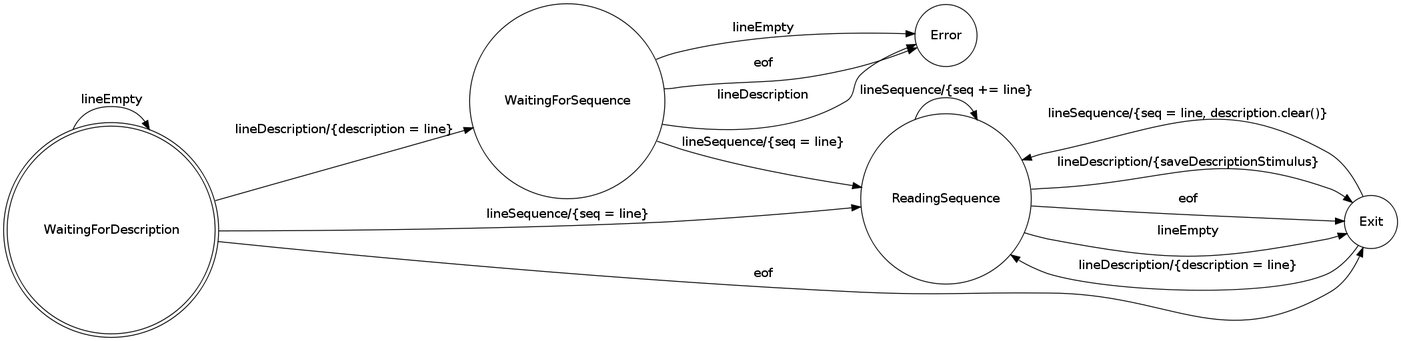
Above: doc/FSM.png in fmunoz92/biopp-filer (Graphviz), before the change. Its source is kept beside it as doc/fsm.gv.
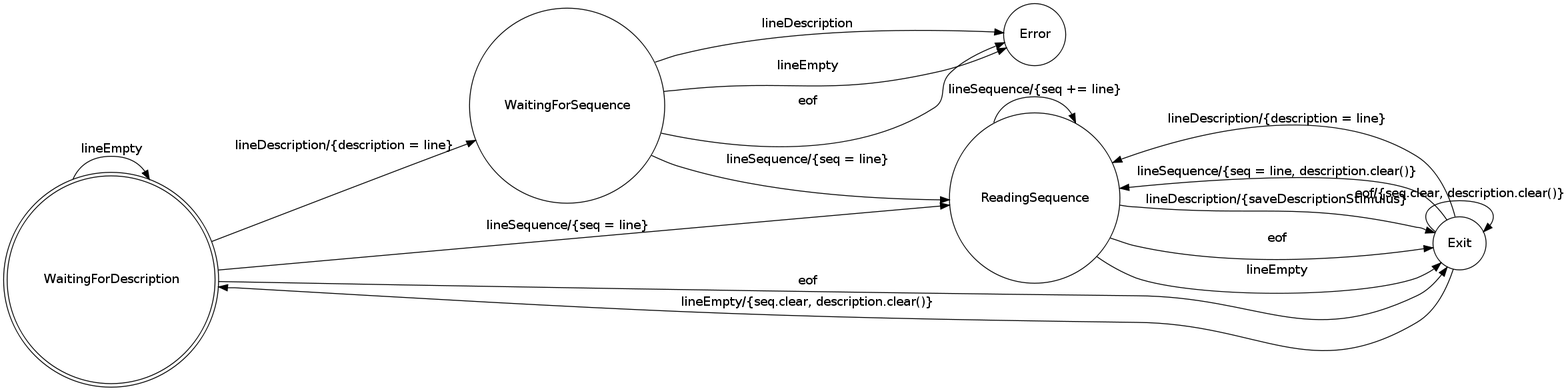
Later version of the same file.

The edit, as a diff of the source:
```diff
@@ -4,21 +4,23 @@
     node [shape = doublecircle]; WaitingForDescription;
     node [shape = circle];
 
-    WaitingForDescription -> WaitingForDescription [ label = "lineEmpty" ];
-    WaitingForDescription -> WaitingForSequence [ label = "lineDescription/{description = line}" ];
-    WaitingForDescription -> ReadingSequence    [ label = "lineSequence/{seq = line}" ];
-    WaitingForDescription -> Exit    [ label = "eof" ];
+    WaitingForDescription -> WaitingForDescription [ label = "lineEmpty"                                      ];
+    WaitingForDescription -> WaitingForSequence    [ label = "lineDescription/{description = line}"           ];
+    WaitingForDescription -> ReadingSequence       [ label = "lineSequence/{seq = line}"                      ];
+    WaitingForDescription -> Exit                  [ label = "eof"                                            ];
 
-    WaitingForSequence -> ReadingSequence    [ label = "lineSequence/{seq = line}" ];
-    WaitingForSequence -> Error              [ label = "lineDescription" ];
-    WaitingForSequence -> Error              [ label = "lineEmpty" ];
-    WaitingForSequence -> Error              [ label = "eof" ];
+    WaitingForSequence    -> ReadingSequence       [ label = "lineSequence/{seq = line}"                      ];
+    WaitingForSequence    -> Error                 [ label = "lineDescription"                                ];
+    WaitingForSequence    -> Error                 [ label = "lineEmpty"                                      ];
+    WaitingForSequence    -> Error                 [ label = "eof"                                            ];
 
-    ReadingSequence    -> Exit               [ label = "lineEmpty" ];
-    ReadingSequence    -> ReadingSequence    [ label = "lineSequence/{seq += line}" ];
-    ReadingSequence    -> Exit               [ label = "lineDescription/{saveDescriptionStimulus}" ];
-    ReadingSequence    -> Exit               [ label = "eof" ];
+    ReadingSequence       -> Exit                  [ label = "lineEmpty"                                      ];
+    ReadingSequence       -> ReadingSequence       [ label = "lineSequence/{seq += line}"                     ];
+    ReadingSequence       -> Exit                  [ label = "lineDescription/{saveDescriptionStimulus}"      ];
+    ReadingSequence       -> Exit                  [ label = "eof" ];
 
-    Exit               -> ReadingSequence    [ label = "lineDescription/{description = line}" ]
-    Exit               -> ReadingSequence    [ label = "lineSequence/{seq = line, description.clear()}" ]
+    Exit                  -> ReadingSequence       [ label = "lineDescription/{description = line}"           ];
+    Exit                  -> ReadingSequence       [ label = "lineSequence/{seq = line, description.clear()}" ];
+    Exit                  -> WaitingForDescription [ label = "lineEmpty/{seq.clear, description.clear()}"     ];
+    Exit                  -> Exit                  [ label = "eof/{seq.clear, description.clear()}"           ];
 }
```
